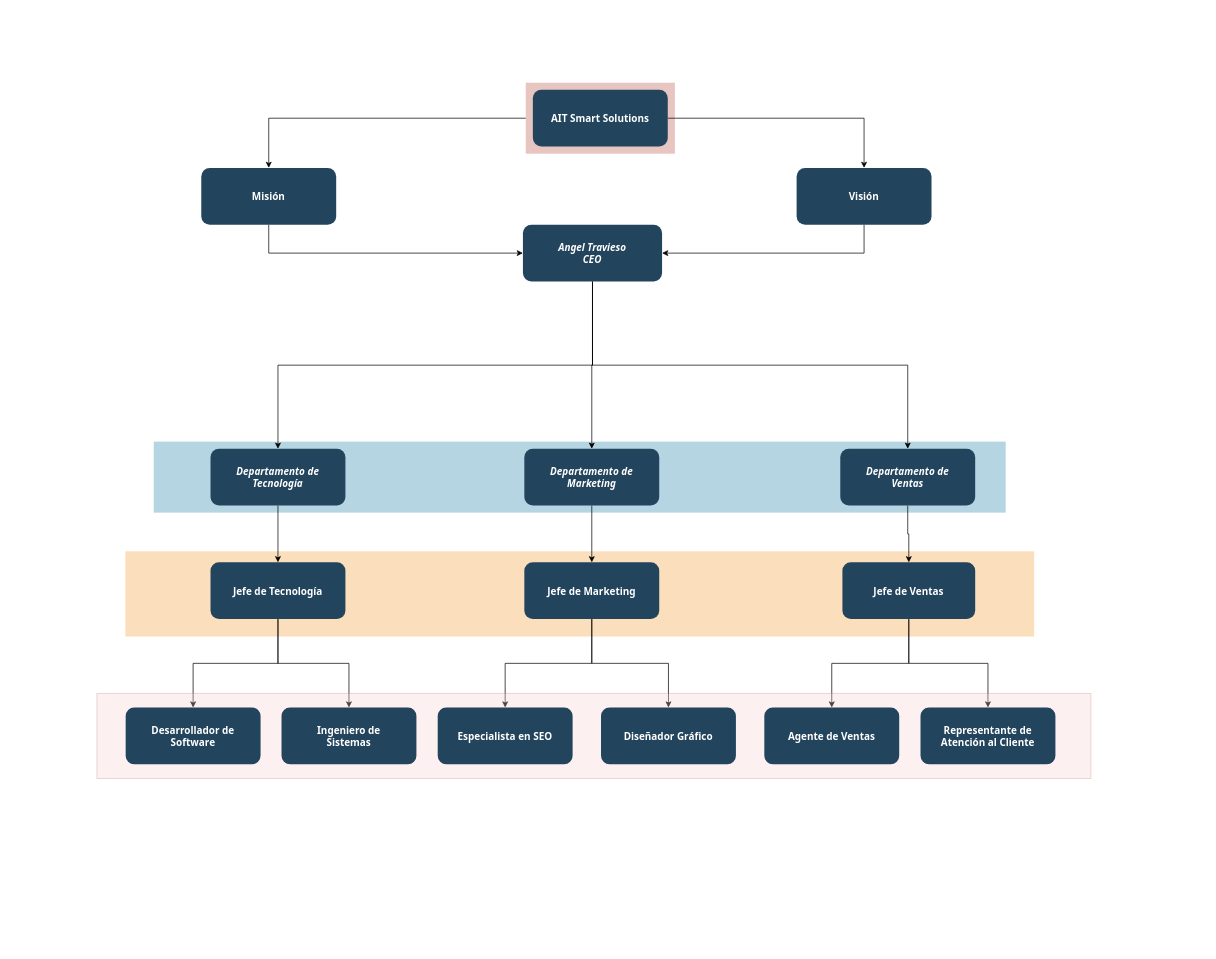
Earlier version of the draw.io diagram Diagrama sin título.drawio (AngelTravieso/06-cinemapedia). Source tidied: cells renumbered, new cells numbered last; positions are measured from the earlier drawing's top-left corner, leaving out a move shared by most shapes. Both pictures are drawn from the tidied source at 71%, with x=0, y=0 at pixel (97, 82).
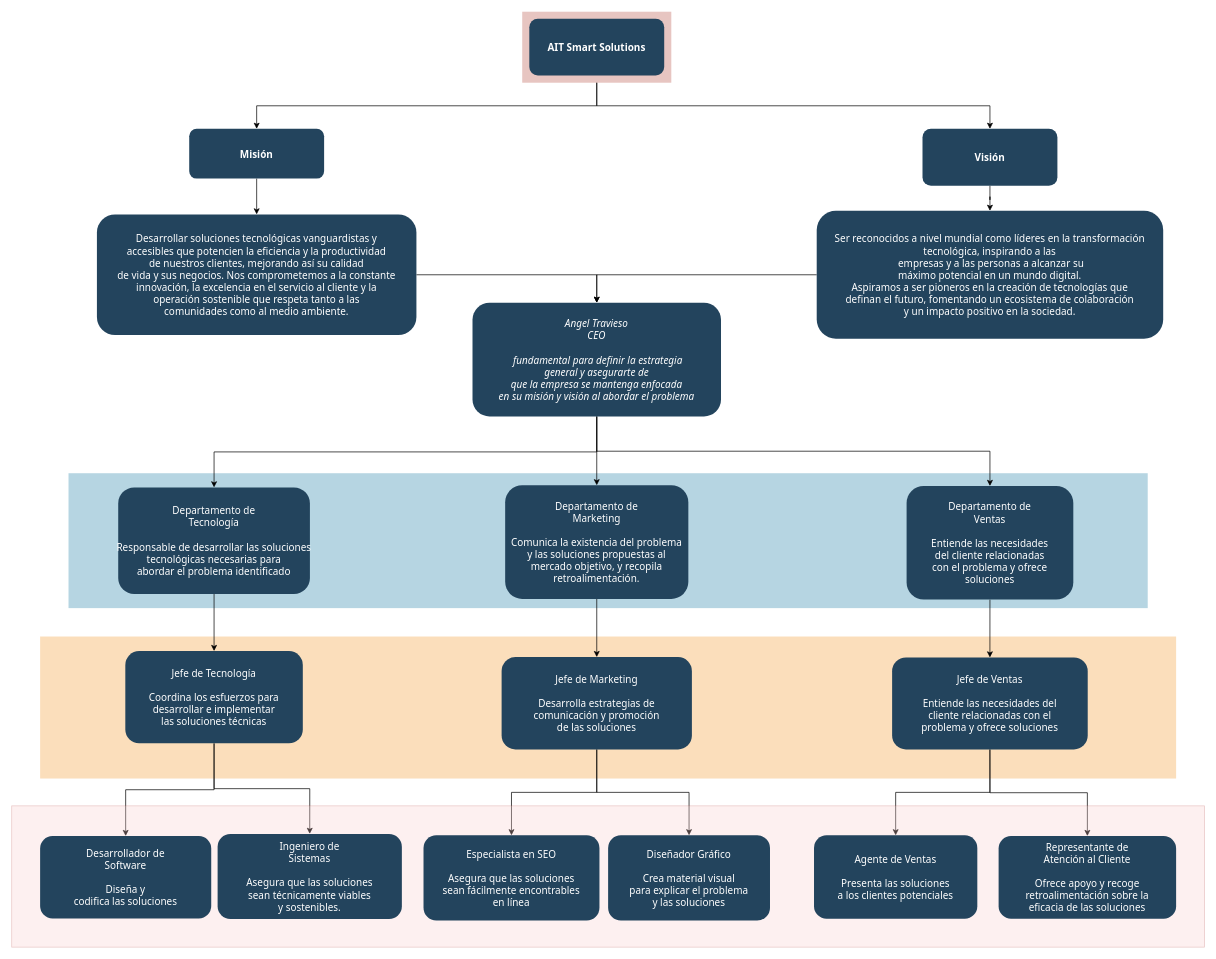
The same page after the edit.

What changed in the source:
```diff
@@
-    <mxCell id="2" style="edgeStyle=orthogonalEdgeStyle;rounded=0;jettySize=auto;html=1;entryX=0.5;entryY=0;entryDx=0;entryDy=0;" parent="1" edge="1" source="3" target="15">
+    <mxCell id="2" style="edgeStyle=orthogonalEdgeStyle;rounded=0;jettySize=auto;html=1;exitX=0.5;exitY=1;exitDx=0;exitDy=0;" parent="1" edge="1" source="3" target="15">
       <mxGeometry relative="1" as="geometry" />
     </mxCell>
+    <mxCell id="38" style="edgeStyle=orthogonalEdgeStyle;rounded=0;jettySize=auto;html=1;exitX=0.5;exitY=1;exitDx=0;exitDy=0;entryX=0.5;entryY=0;entryDx=0;entryDy=0;" parent="1" edge="1" source="3" target="17">
+      <mxGeometry relative="1" as="geometry" />
+    </mxCell>
     <mxCell id="3" style="fillColor=#AE4132;strokeColor=none;opacity=30;" parent="1" vertex="1">
-      <mxGeometry x="604" width="210" height="100" as="geometry" />
+      <mxGeometry x="599" y="-100" width="210" height="100" as="geometry" />
     </mxCell>
     <mxCell id="4" style="fillColor=#10739E;strokeColor=none;opacity=30;" parent="1" vertex="1">
-      <mxGeometry x="80" y="505.5" width="1200" height="100" as="geometry" />
+      <mxGeometry x="-40" y="550" width="1520" height="190" as="geometry" />
     </mxCell>
     <mxCell id="5" style="fillColor=#F2931E;strokeColor=none;opacity=30;" parent="1" vertex="1">
-      <mxGeometry x="40" y="660" width="1280" height="120" as="geometry" />
+      <mxGeometry x="-80" y="780" width="1600" height="200" as="geometry" />
     </mxCell>
-    <mxCell id="6" style="edgeStyle=orthogonalEdgeStyle;rounded=0;jettySize=auto;html=1;exitX=1;exitY=0.5;exitDx=0;exitDy=0;" parent="1" edge="1" source="7" target="17">
-      <mxGeometry relative="1" as="geometry" />
-    </mxCell>
     <mxCell id="7" value="AIT Smart Solutions" style="rounded=1;fillColor=#23445D;gradientColor=none;strokeColor=none;fontColor=#FFFFFF;fontStyle=1;fontFamily=Tahoma;fontSize=14;" parent="1" vertex="1">
-      <mxGeometry x="614" y="10" width="190" height="80" as="geometry" />
+      <mxGeometry x="609" y="-90" width="190" height="80" as="geometry" />
     </mxCell>
@@
-    <mxCell id="9" value="Departamento de&#10;Ventas" style="rounded=1;fillColor=#23445D;gradientColor=none;strokeColor=none;fontColor=#FFFFFF;fontStyle=3;fontFamily=Tahoma;fontSize=14;" parent="1" vertex="1">
-      <mxGeometry x="1047" y="515.5" width="190" height="80" as="geometry" />
+    <mxCell id="9" value="Departamento de&#10;Ventas&#10;&#10;Entiende las necesidades&#10;del cliente relacionadas&#10;con el problema y ofrece &#10;soluciones" style="rounded=1;fillColor=#23445D;gradientColor=none;strokeColor=none;fontColor=#FFFFFF;fontStyle=0;fontFamily=Tahoma;fontSize=14;" parent="1" vertex="1">
+      <mxGeometry x="1140.4" y="568" width="234.8" height="160" as="geometry" />
     </mxCell>
@@
-    <mxCell id="11" value="Departamento de&#10;Marketing" style="rounded=1;fillColor=#23445D;gradientColor=none;strokeColor=none;fontColor=#FFFFFF;fontStyle=3;fontFamily=Tahoma;fontSize=14;" parent="1" vertex="1">
-      <mxGeometry x="602" y="515.5" width="190" height="80" as="geometry" />
+    <mxCell id="11" value="Departamento de&#10;Marketing&#10;&#10;Comunica la existencia del problema &#10;y las soluciones propuestas al &#10;mercado objetivo, y recopila &#10;retroalimentación." style="rounded=1;fillColor=#23445D;gradientColor=none;strokeColor=none;fontColor=#FFFFFF;fontStyle=0;fontFamily=Tahoma;fontSize=14;" parent="1" vertex="1">
+      <mxGeometry x="575" y="567" width="258" height="160" as="geometry" />
     </mxCell>
@@
-    <mxCell id="13" value="Departamento de &#10;Tecnología" style="rounded=1;fillColor=#23445D;gradientColor=none;strokeColor=none;fontColor=#FFFFFF;fontStyle=3;fontFamily=Tahoma;fontSize=14;" parent="1" vertex="1">
-      <mxGeometry x="160" y="515.5" width="190" height="80" as="geometry" />
+    <mxCell id="13" value="Departamento de &#10;Tecnología&#10;&#10;Responsable de desarrollar las soluciones &#10;tecnológicas necesarias para &#10;abordar el problema identificado" style="rounded=1;fillColor=#23445D;gradientColor=none;strokeColor=none;fontColor=#FFFFFF;fontStyle=0;fontFamily=Tahoma;fontSize=14;" parent="1" vertex="1">
+      <mxGeometry x="30" y="570" width="270" height="150" as="geometry" />
     </mxCell>
-    <mxCell id="14" style="edgeStyle=orthogonalEdgeStyle;rounded=0;jettySize=auto;html=1;exitX=0.5;exitY=1;exitDx=0;exitDy=0;" parent="1" edge="1" source="15" target="21">
-      <mxGeometry relative="1" as="geometry" />
-    </mxCell>
+    <mxCell id="39" style="edgeStyle=orthogonalEdgeStyle;rounded=0;jettySize=auto;html=1;exitX=0.5;exitY=1;exitDx=0;exitDy=0;entryX=0.5;entryY=0;entryDx=0;entryDy=0;" parent="1" edge="1" source="15" target="42">
+      <mxGeometry relative="1" as="geometry" />
+    </mxCell>
     <mxCell id="15" value="Misión" style="rounded=1;fillColor=#23445D;gradientColor=none;strokeColor=none;fontColor=#FFFFFF;fontStyle=1;fontFamily=Tahoma;fontSize=14;" parent="1" vertex="1">
-      <mxGeometry x="147" y="120" width="190" height="80" as="geometry" />
+      <mxGeometry x="130" y="65" width="190" height="70" as="geometry" />
     </mxCell>
-    <mxCell id="16" style="edgeStyle=orthogonalEdgeStyle;rounded=0;jettySize=auto;html=1;exitX=0.5;exitY=1;exitDx=0;exitDy=0;entryX=1;entryY=0.5;entryDx=0;entryDy=0;" parent="1" edge="1" source="17" target="21">
-      <mxGeometry relative="1" as="geometry" />
-    </mxCell>
+    <mxCell id="40" style="edgeStyle=orthogonalEdgeStyle;rounded=0;jettySize=auto;html=1;exitX=0.5;exitY=1;exitDx=0;exitDy=0;" parent="1" edge="1" source="17" target="44">
+      <mxGeometry relative="1" as="geometry" />
+    </mxCell>
     <mxCell id="17" value="Visión" style="rounded=1;fillColor=#23445D;gradientColor=none;strokeColor=none;fontColor=#FFFFFF;fontStyle=1;fontFamily=Tahoma;fontSize=14;" parent="1" vertex="1">
-      <mxGeometry x="985.5" y="120" width="190" height="80" as="geometry" />
+      <mxGeometry x="1162.8" y="65" width="190" height="80" as="geometry" />
     </mxCell>
+    <mxCell id="19" style="edgeStyle=orthogonalEdgeStyle;rounded=0;jettySize=auto;html=1;exitX=0.5;exitY=1;exitDx=0;exitDy=0;" parent="1" edge="1" source="21" target="11">
+      <mxGeometry relative="1" as="geometry" />
+    </mxCell>
@@
-    <mxCell id="19" style="edgeStyle=orthogonalEdgeStyle;rounded=0;jettySize=auto;html=1;exitX=0.5;exitY=1;exitDx=0;exitDy=0;" parent="1" edge="1" source="21" target="11">
-      <mxGeometry relative="1" as="geometry" />
-    </mxCell>
@@
-    <mxCell id="21" value="Angel Travieso&#10;CEO" style="rounded=1;fillColor=#23445D;gradientColor=none;strokeColor=none;fontColor=#FFFFFF;fontStyle=3;fontFamily=Tahoma;fontSize=14;" parent="1" vertex="1">
-      <mxGeometry x="600" y="200" width="196" height="80" as="geometry" />
+    <mxCell id="21" value="Angel Travieso&#10;CEO&#10;&#10; fundamental para definir la estrategia &#10;general y asegurarte de &#10;que la empresa se mantenga enfocada &#10;en su misión y visión al abordar el problema" style="rounded=1;fillColor=#23445D;gradientColor=none;strokeColor=none;fontColor=#FFFFFF;fontStyle=2;fontFamily=Tahoma;fontSize=14;" parent="1" vertex="1">
+      <mxGeometry x="529" y="310" width="350" height="160" as="geometry" />
     </mxCell>
@@
-    <mxCell id="24" value="Jefe de Tecnología" style="rounded=1;fillColor=#23445D;gradientColor=none;strokeColor=none;fontColor=#FFFFFF;fontStyle=1;fontFamily=Tahoma;fontSize=14;" parent="1" vertex="1">
-      <mxGeometry x="160" y="675.5" width="190" height="80" as="geometry" />
+    <mxCell id="24" value="Jefe de Tecnología&#10;&#10;Coordina los esfuerzos para&#10;desarrollar e implementar &#10;las soluciones técnicas" style="rounded=1;fillColor=#23445D;gradientColor=none;strokeColor=none;fontColor=#FFFFFF;fontStyle=0;fontFamily=Tahoma;fontSize=14;" parent="1" vertex="1">
+      <mxGeometry x="40" y="800.5" width="250" height="130" as="geometry" />
     </mxCell>
@@
-    <mxCell id="26" style="edgeStyle=orthogonalEdgeStyle;rounded=0;jettySize=auto;html=1;exitX=0.5;exitY=1;exitDx=0;exitDy=0;entryX=0.5;entryY=0;entryDx=0;entryDy=0;" parent="1" edge="1" source="27" target="35">
+    <mxCell id="26" style="edgeStyle=orthogonalEdgeStyle;rounded=0;jettySize=auto;html=1;exitX=0.5;exitY=1;exitDx=0;exitDy=0;" parent="1" edge="1" source="27" target="35">
       <mxGeometry relative="1" as="geometry" />
     </mxCell>
-    <mxCell id="27" value="Jefe de Marketing" style="rounded=1;fillColor=#23445D;gradientColor=none;strokeColor=none;fontColor=#FFFFFF;fontStyle=1;fontFamily=Tahoma;fontSize=14;" parent="1" vertex="1">
-      <mxGeometry x="602" y="675.5" width="190" height="80" as="geometry" />
+    <mxCell id="27" value="Jefe de Marketing&#10;&#10;Desarrolla estrategias de &#10;comunicación y promoción&#10;de las soluciones" style="rounded=1;fillColor=#23445D;gradientColor=none;strokeColor=none;fontColor=#FFFFFF;fontStyle=0;fontFamily=Tahoma;fontSize=14;" parent="1" vertex="1">
+      <mxGeometry x="570" y="809" width="268" height="130" as="geometry" />
     </mxCell>
@@
-    <mxCell id="30" value="Jefe de Ventas" style="rounded=1;fillColor=#23445D;gradientColor=none;strokeColor=none;fontColor=#FFFFFF;fontStyle=1;fontFamily=Tahoma;fontSize=14;" parent="1" vertex="1">
-      <mxGeometry x="1050" y="675.5" width="187" height="80" as="geometry" />
+    <mxCell id="30" value="Jefe de Ventas&#10;&#10;Entiende las necesidades del &#10;cliente relacionadas con el&#10;problema y ofrece soluciones" style="rounded=1;fillColor=#23445D;gradientColor=none;strokeColor=none;fontColor=#FFFFFF;fontStyle=0;fontFamily=Tahoma;fontSize=14;" parent="1" vertex="1">
+      <mxGeometry x="1120" y="809.5" width="275.5" height="129.5" as="geometry" />
     </mxCell>
     <mxCell id="31" style="fillColor=#f8cecc;strokeColor=#b85450;opacity=30;" parent="1" vertex="1">
-      <mxGeometry y="860" width="1400" height="120" as="geometry" />
+      <mxGeometry x="-120" y="1018.5" width="1680" height="199" as="geometry" />
     </mxCell>
-    <mxCell id="32" value="Ingeniero de&#10;Sistemas" style="rounded=1;fillColor=#23445D;gradientColor=none;strokeColor=none;fontColor=#FFFFFF;fontStyle=1;fontFamily=Tahoma;fontSize=14;" parent="1" vertex="1">
-      <mxGeometry x="260" y="880" width="190" height="80" as="geometry" />
+    <mxCell id="32" value="Ingeniero de&#10;Sistemas&#10;&#10;Asegura que las soluciones&#10;sean técnicamente viables&#10;y sostenibles." style="rounded=1;fillColor=#23445D;gradientColor=none;strokeColor=none;fontColor=#FFFFFF;fontStyle=0;fontFamily=Tahoma;fontSize=14;" parent="1" vertex="1">
+      <mxGeometry x="170" y="1058" width="259.5" height="120" as="geometry" />
     </mxCell>
-    <mxCell id="33" value="Desarrollador de&#10;Software" style="rounded=1;fillColor=#23445D;gradientColor=none;strokeColor=none;fontColor=#FFFFFF;fontStyle=1;fontFamily=Tahoma;fontSize=14;" parent="1" vertex="1">
-      <mxGeometry x="40.5" y="880" width="190" height="80" as="geometry" />
+    <mxCell id="33" value="Desarrollador de&#10;Software&#10;&#10;Diseña y&#10;codifica las soluciones" style="rounded=1;fillColor=#23445D;gradientColor=none;strokeColor=none;fontColor=#FFFFFF;fontStyle=0;fontFamily=Tahoma;fontSize=14;" parent="1" vertex="1">
+      <mxGeometry x="-80" y="1061" width="241" height="116" as="geometry" />
     </mxCell>
-    <mxCell id="34" value="Especialista en SEO" style="rounded=1;fillColor=#23445D;gradientColor=none;strokeColor=none;fontColor=#FFFFFF;fontStyle=1;fontFamily=Tahoma;fontSize=14;" parent="1" vertex="1">
-      <mxGeometry x="480" y="880" width="190" height="80" as="geometry" />
+    <mxCell id="34" value="Especialista en SEO&#10;&#10;Asegura que las soluciones&#10;sean fácilmente encontrables&#10;en línea" style="rounded=1;fillColor=#23445D;gradientColor=none;strokeColor=none;fontColor=#FFFFFF;fontStyle=0;fontFamily=Tahoma;fontSize=14;" parent="1" vertex="1">
+      <mxGeometry x="460" y="1060" width="247.8" height="120" as="geometry" />
     </mxCell>
-    <mxCell id="35" value="Diseñador Gráfico" style="rounded=1;fillColor=#23445D;gradientColor=none;strokeColor=none;fontColor=#FFFFFF;fontStyle=1;fontFamily=Tahoma;fontSize=14;" parent="1" vertex="1">
-      <mxGeometry x="710" y="880" width="190" height="80" as="geometry" />
+    <mxCell id="35" value="Diseñador Gráfico&#10;&#10;Crea material visual&#10;para explicar el problema &#10;y las soluciones" style="rounded=1;fillColor=#23445D;gradientColor=none;strokeColor=none;fontColor=#FFFFFF;fontStyle=0;fontFamily=Tahoma;fontSize=14;" parent="1" vertex="1">
+      <mxGeometry x="720" y="1060" width="228" height="120" as="geometry" />
     </mxCell>
-    <mxCell id="36" value="Agente de Ventas" style="rounded=1;fillColor=#23445D;gradientColor=none;strokeColor=none;fontColor=#FFFFFF;fontStyle=1;fontFamily=Tahoma;fontSize=14;" parent="1" vertex="1">
-      <mxGeometry x="940" y="880" width="190" height="80" as="geometry" />
+    <mxCell id="36" value="Agente de Ventas&#10;&#10;Presenta las soluciones&#10;a los clientes potenciales" style="rounded=1;fillColor=#23445D;gradientColor=none;strokeColor=none;fontColor=#FFFFFF;fontStyle=0;fontFamily=Tahoma;fontSize=14;" parent="1" vertex="1">
+      <mxGeometry x="1010" y="1060" width="230" height="117.5" as="geometry" />
     </mxCell>
-    <mxCell id="37" value="Representante de&#10;Atención al Cliente" style="rounded=1;fillColor=#23445D;gradientColor=none;strokeColor=none;fontColor=#FFFFFF;fontStyle=1;fontFamily=Tahoma;fontSize=14;" parent="1" vertex="1">
-      <mxGeometry x="1160" y="880" width="190" height="80" as="geometry" />
+    <mxCell id="37" value="Representante de&#10;Atención al Cliente&#10;&#10;Ofrece apoyo y recoge &#10;retroalimentación sobre la &#10;eficacia de las soluciones" style="rounded=1;fillColor=#23445D;gradientColor=none;strokeColor=none;fontColor=#FFFFFF;fontStyle=0;fontFamily=Tahoma;fontSize=14;" parent="1" vertex="1">
+      <mxGeometry x="1270" y="1061" width="250" height="116.5" as="geometry" />
     </mxCell>
+    <mxCell id="41" style="edgeStyle=orthogonalEdgeStyle;rounded=0;jettySize=auto;html=1;exitX=1;exitY=0.5;exitDx=0;exitDy=0;entryX=0.5;entryY=0;entryDx=0;entryDy=0;" parent="1" edge="1" source="42" target="21">
+      <mxGeometry relative="1" as="geometry" />
+    </mxCell>
+    <mxCell id="42" value="Desarrollar soluciones tecnológicas vanguardistas y &#10;accesibles que potencien la eficiencia y la productividad&#10;de nuestros clientes, mejorando así su calidad&#10;de vida y sus negocios. Nos comprometemos a la constante&#10;innovación, la excelencia en el servicio al cliente y la&#10;operación sostenible que respeta tanto a las&#10;comunidades como al medio ambiente." style="rounded=1;fillColor=#23445D;gradientColor=none;strokeColor=none;fontColor=#FFFFFF;fontStyle=0;fontFamily=Tahoma;fontSize=14;" parent="1" vertex="1">
+      <mxGeometry y="185.5" width="450" height="170" as="geometry" />
+    </mxCell>
+    <mxCell id="43" style="edgeStyle=orthogonalEdgeStyle;rounded=0;jettySize=auto;html=1;exitX=0;exitY=0.5;exitDx=0;exitDy=0;entryX=0.5;entryY=0;entryDx=0;entryDy=0;" parent="1" edge="1" source="44" target="21">
+      <mxGeometry relative="1" as="geometry" />
+    </mxCell>
+    <mxCell id="44" value="Ser reconocidos a nivel mundial como líderes en la transformación &#10;tecnológica, inspirando a las&#10; empresas y a las personas a alcanzar su&#10;máximo potencial en un mundo digital.&#10;Aspiramos a ser pioneros en la creación de tecnologías que&#10;definan el futuro, fomentando un ecosistema de colaboración&#10;y un impacto positivo en la sociedad." style="rounded=1;fillColor=#23445D;gradientColor=none;strokeColor=none;fontColor=#FFFFFF;fontStyle=0;fontFamily=Tahoma;fontSize=14;" parent="1" vertex="1">
+      <mxGeometry x="1013.8" y="180.5" width="488" height="180" as="geometry" />
+    </mxCell>
```
